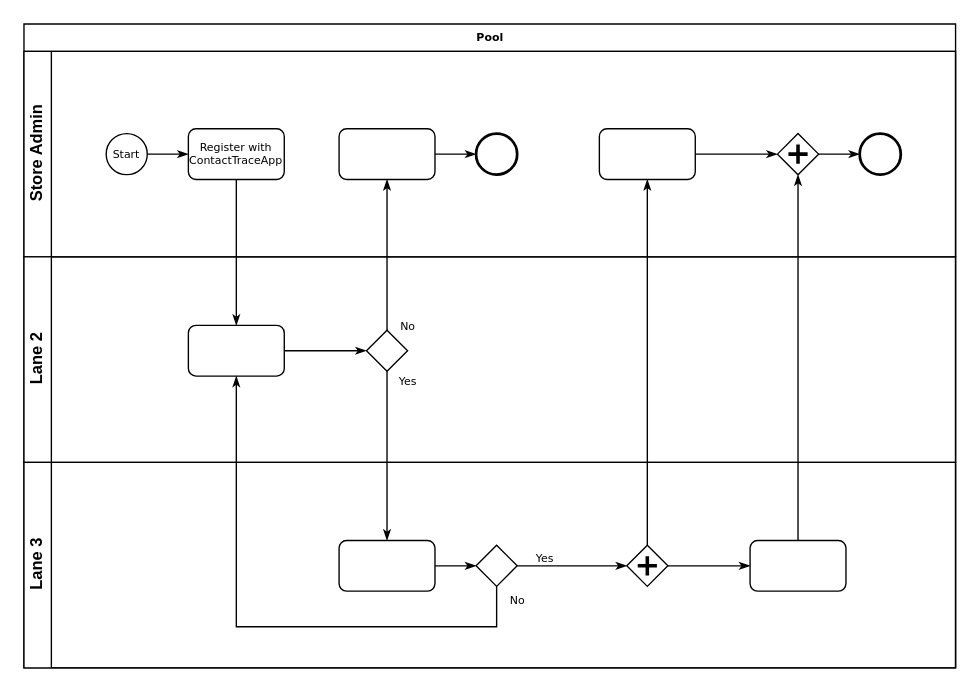
The draw.io diagram page "NewRegistration" (1 of 4) of Digital-Journey.drawio in SreekanthSPillai/az-designs, before the edit. Source tidied: cells renumbered, new cells numbered last; positions are measured from the earlier drawing's top-left corner, leaving out a move shared by most shapes. Both pictures are drawn from the tidied source at 137%, with x=0, y=0 at pixel (23, 23).
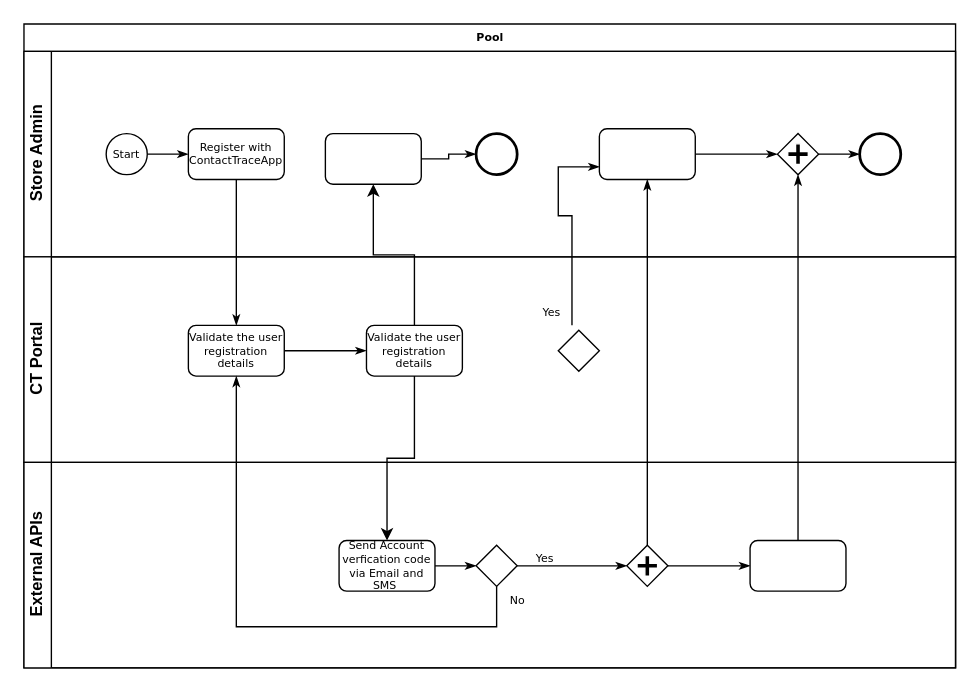
The same diagram, later.

The change refers to these unchanged cells:
```xml
<mxCell id="2" value="Pool" style="swimlane;html=1;horizontal=1;startSize=20;rounded=0;shadow=0;labelBackgroundColor=none;strokeWidth=1;fontFamily=Verdana;fontSize=8;align=center;" parent="1" vertex="1">
  <mxGeometry width="680" height="470" as="geometry" />
</mxCell>
<mxCell id="3" value="Store Admin" style="swimlane;html=1;startSize=20;horizontal=0;" parent="2" vertex="1">
  <mxGeometry y="20" width="680" height="150" as="geometry" />
</mxCell>
<mxCell id="11" style="rounded=1;whiteSpace=wrap;html=1;shadow=0;labelBackgroundColor=none;strokeWidth=1;fontFamily=Verdana;fontSize=8;align=center;" parent="3" vertex="1">
  <mxGeometry x="420" y="56.5" width="70" height="37" as="geometry" />
</mxCell>
```

The edit, as a diff of the source:
```diff
@@
     <mxCell id="8" style="rounded=1;whiteSpace=wrap;html=1;shadow=0;labelBackgroundColor=none;strokeWidth=1;fontFamily=Verdana;fontSize=8;align=center;" parent="3" vertex="1">
-      <mxGeometry x="230" y="56.5" width="70" height="37" as="geometry" />
+      <mxGeometry x="220" y="60" width="70" height="37" as="geometry" />
     </mxCell>
@@
-    <mxCell id="15" value="Lane 2" style="swimlane;html=1;startSize=20;horizontal=0;" parent="2" vertex="1">
+    <mxCell id="15" value="CT Portal" style="swimlane;html=1;startSize=20;horizontal=0;" parent="2" vertex="1">
       <mxGeometry y="170" width="680" height="150" as="geometry" />
     </mxCell>
-    <mxCell id="16" style="edgeStyle=orthogonalEdgeStyle;rounded=0;html=1;labelBackgroundColor=none;startArrow=none;startFill=0;startSize=5;endArrow=classicThin;endFill=1;endSize=5;jettySize=auto;strokeWidth=1;fontFamily=Verdana;fontSize=8;" parent="15" edge="1" source="17" target="18">
+    <mxCell id="16" style="edgeStyle=orthogonalEdgeStyle;rounded=0;html=1;labelBackgroundColor=none;startArrow=none;startFill=0;startSize=5;endArrow=classicThin;endFill=1;endSize=5;jettySize=auto;strokeWidth=1;fontFamily=Verdana;fontSize=8;entryX=0;entryY=0.5;entryDx=0;entryDy=0;" parent="15" edge="1" source="17" target="33">
       <mxGeometry relative="1" as="geometry" />
     </mxCell>
-    <mxCell id="17" style="rounded=1;whiteSpace=wrap;html=1;shadow=0;labelBackgroundColor=none;strokeWidth=1;fontFamily=Verdana;fontSize=8;align=center;" parent="15" vertex="1">
+    <mxCell id="17" value="Validate the user registration details" style="rounded=1;whiteSpace=wrap;html=1;shadow=0;labelBackgroundColor=none;strokeWidth=1;fontFamily=Verdana;fontSize=8;align=center;" parent="15" vertex="1">
       <mxGeometry x="120" y="50" width="70" height="37" as="geometry" />
     </mxCell>
     <mxCell id="18" style="strokeWidth=1;html=1;shape=mxgraph.flowchart.decision;whiteSpace=wrap;rounded=1;shadow=0;labelBackgroundColor=none;fontFamily=Verdana;fontSize=8;align=center;" parent="15" vertex="1">
-      <mxGeometry x="250" y="53.5" width="30" height="30" as="geometry" />
+      <mxGeometry x="390" y="53.5" width="30" height="30" as="geometry" />
     </mxCell>
+    <mxCell id="33" value="Validate the user registration details" style="rounded=1;whiteSpace=wrap;html=1;shadow=0;labelBackgroundColor=none;strokeWidth=1;fontFamily=Verdana;fontSize=8;align=center;" parent="15" vertex="1">
+      <mxGeometry x="250" y="50" width="70" height="37" as="geometry" />
+    </mxCell>
-    <mxCell id="19" value="Lane 3" style="swimlane;html=1;startSize=20;horizontal=0;" parent="2" vertex="1">
+    <mxCell id="19" value="External APIs" style="swimlane;html=1;startSize=20;horizontal=0;" parent="2" vertex="1">
       <mxGeometry y="320" width="680" height="150" as="geometry" />
     </mxCell>
@@
-    <mxCell id="21" style="rounded=1;whiteSpace=wrap;html=1;shadow=0;labelBackgroundColor=none;strokeWidth=1;fontFamily=Verdana;fontSize=8;align=center;" parent="19" vertex="1">
+    <mxCell id="21" value="Send Account verfication code via Email and SMS&amp;nbsp;" style="rounded=1;whiteSpace=wrap;html=1;shadow=0;labelBackgroundColor=none;strokeWidth=1;fontFamily=Verdana;fontSize=8;align=center;" parent="19" vertex="1">
       <mxGeometry x="230" y="57" width="70" height="37" as="geometry" />
     </mxCell>
@@
-    <mxCell id="28" value="No" style="edgeStyle=orthogonalEdgeStyle;rounded=0;html=1;labelBackgroundColor=none;startArrow=none;startFill=0;startSize=5;endArrow=classicThin;endFill=1;endSize=5;jettySize=auto;strokeWidth=1;fontFamily=Verdana;fontSize=8;" parent="2" edge="1" source="18" target="8">
-      <mxGeometry x="-0.94" y="-15" relative="1" as="geometry" />
-    </mxCell>
-    <mxCell id="29" value="Yes" style="edgeStyle=orthogonalEdgeStyle;rounded=0;html=1;labelBackgroundColor=none;startArrow=none;startFill=0;startSize=5;endArrow=classicThin;endFill=1;endSize=5;jettySize=auto;strokeWidth=1;fontFamily=Verdana;fontSize=8;" parent="2" edge="1" source="18" target="21">
-      <mxGeometry x="-0.89" y="15" relative="1" as="geometry" />
+    <mxCell id="29" value="Yes" style="edgeStyle=orthogonalEdgeStyle;rounded=0;html=1;labelBackgroundColor=none;startArrow=none;startFill=0;startSize=5;endArrow=classicThin;endFill=1;endSize=5;jettySize=auto;strokeWidth=1;fontFamily=Verdana;fontSize=8;entryX=0;entryY=0.75;entryDx=0;entryDy=0;" parent="2" edge="1" target="11">
+      <mxGeometry x="-0.89" y="15" relative="1" as="geometry">
+        <mxPoint x="400" y="220" as="sourcePoint" />
+        <Array as="points">
+          <mxPoint x="400" y="140" />
+          <mxPoint x="390" y="140" />
+          <mxPoint x="390" y="104" />
+        </Array>
+      </mxGeometry>
     </mxCell>
@@
+    <mxCell id="34" style="edgeStyle=orthogonalEdgeStyle;rounded=0;jettySize=auto;html=1;exitX=0.5;exitY=0;exitDx=0;exitDy=0;entryX=0.5;entryY=1;entryDx=0;entryDy=0;" parent="2" edge="1" source="33" target="8">
+      <mxGeometry relative="1" as="geometry" />
+    </mxCell>
+    <mxCell id="35" style="edgeStyle=orthogonalEdgeStyle;rounded=0;jettySize=auto;html=1;entryX=0.5;entryY=0;entryDx=0;entryDy=0;" parent="2" edge="1" source="33" target="21">
+      <mxGeometry relative="1" as="geometry" />
+    </mxCell>
```
